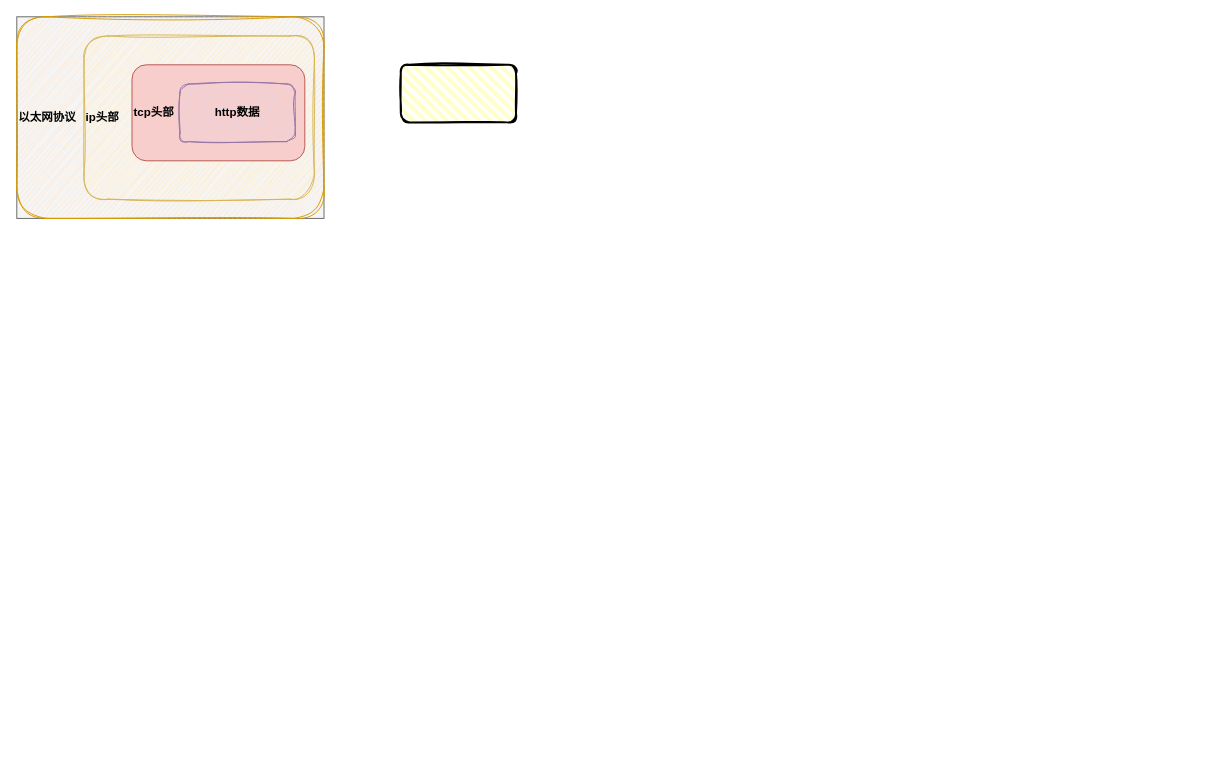
Above: img/network.drawio in deamonHub/drawio (draw.io), before the change. Source tidied: cells renumbered, new cells numbered last; positions are measured from the earlier drawing's top-left corner, leaving out a move shared by most shapes. Both pictures are drawn from the tidied source at 96%, with x=0, y=0 at pixel (16, 16).
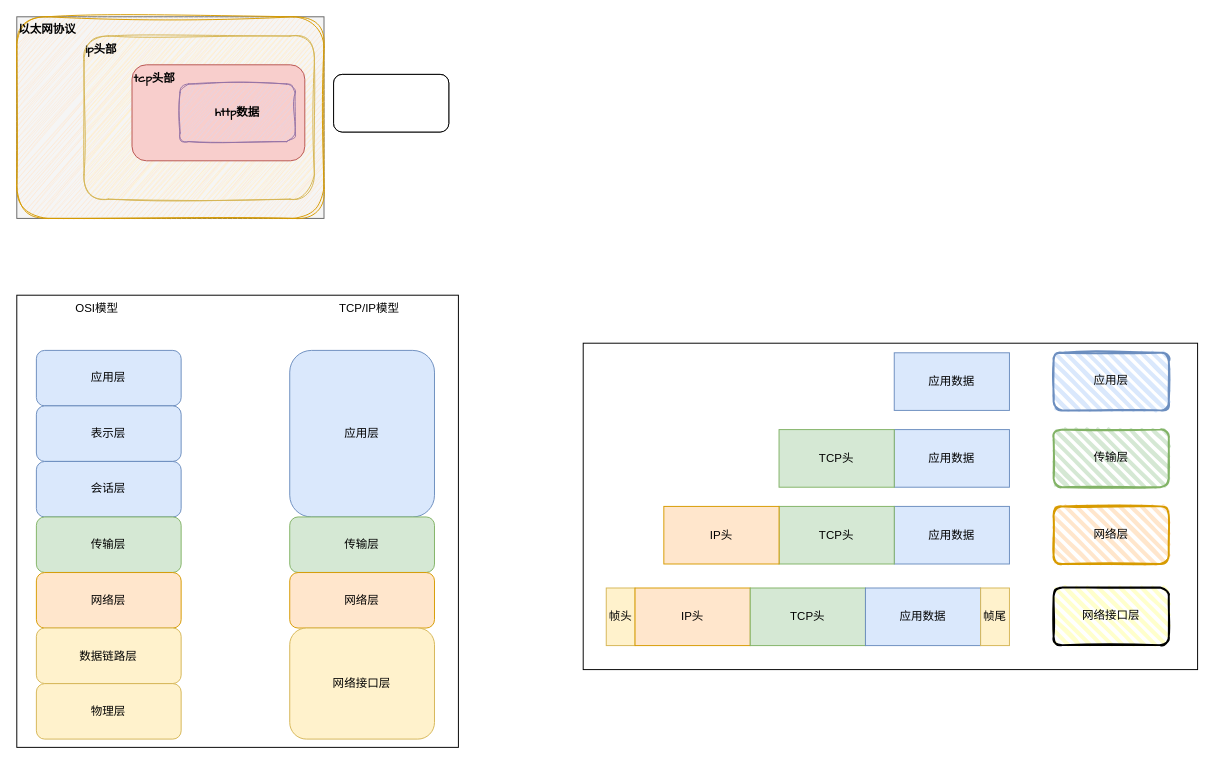
After the change.

The change refers to these unchanged cells:
```xml
<mxCell id="3" style="group;fontStyle=1;fillColor=#f5f5f5;fontColor=#333333;strokeColor=#666666;" parent="1" vertex="1">
  <mxGeometry width="320" height="210" as="geometry" />
</mxCell>
```

What changed in the source:
```diff
@@
-    <mxCell id="2" style="rounded=1;whiteSpace=wrap;html=1;strokeWidth=2;fillWeight=4;hachureGap=8;hachureAngle=45;fillColor=#FFFFCC;sketch=1;gradientColor=none;glass=0;" parent="1" vertex="1">
-      <mxGeometry x="400" y="50" width="120" height="60" as="geometry" />
-    </mxCell>
@@
-    <mxCell id="4" value="以太网协议" style="rounded=1;whiteSpace=wrap;html=1;align=left;fontStyle=1;fillColor=#ffe6cc;strokeColor=#d79b00;gradientColor=none;glass=0;shadow=0;sketch=1;curveFitting=1;jiggle=2;" parent="3" vertex="1">
+    <mxCell id="4" value="&lt;font style=&quot;&quot;&gt;以太网协议&lt;/font&gt;" style="rounded=1;whiteSpace=wrap;html=1;align=left;fontStyle=1;fillColor=#ffe6cc;strokeColor=#d79b00;gradientColor=none;glass=0;shadow=0;sketch=1;curveFitting=1;jiggle=2;fontFamily=Comic Sans MS;verticalAlign=top;" parent="3" vertex="1">
       <mxGeometry width="320" height="210" as="geometry" />
     </mxCell>
-    <mxCell id="5" value="ip头部" style="rounded=1;whiteSpace=wrap;html=1;align=left;fontStyle=1;fillColor=#fff2cc;strokeColor=#d6b656;sketch=1;curveFitting=1;jiggle=2;" parent="3" vertex="1">
+    <mxCell id="5" value="&lt;font face=&quot;Comic Sans MS&quot;&gt;ip头部&lt;/font&gt;" style="rounded=1;whiteSpace=wrap;html=1;align=left;fontStyle=1;fillColor=#fff2cc;strokeColor=#d6b656;sketch=1;curveFitting=1;jiggle=2;verticalAlign=top;" parent="3" vertex="1">
       <mxGeometry x="70" y="20" width="240" height="170" as="geometry" />
     </mxCell>
-    <mxCell id="6" value="tcp头部" style="rounded=1;whiteSpace=wrap;html=1;align=left;fontStyle=1;fillColor=#f8cecc;strokeColor=#b85450;" parent="3" vertex="1">
+    <mxCell id="6" value="&lt;font face=&quot;Comic Sans MS&quot;&gt;tcp头部&lt;/font&gt;" style="rounded=1;whiteSpace=wrap;html=1;align=left;fontStyle=1;fillColor=#f8cecc;strokeColor=#b85450;verticalAlign=top;" parent="3" vertex="1">
       <mxGeometry x="120" y="50" width="180" height="100" as="geometry" />
     </mxCell>
-    <mxCell id="7" value="http数据" style="rounded=1;whiteSpace=wrap;html=1;fontStyle=1;fillColor=#e1d5e7;strokeColor=#9673a6;sketch=1;curveFitting=1;jiggle=2;" parent="3" vertex="1">
+    <mxCell id="7" value="&lt;font face=&quot;Comic Sans MS&quot;&gt;http数据&lt;/font&gt;" style="rounded=1;whiteSpace=wrap;html=1;fontStyle=1;fillColor=#e1d5e7;strokeColor=#9673a6;sketch=1;curveFitting=1;jiggle=2;" parent="3" vertex="1">
       <mxGeometry x="170" y="70" width="120" height="60" as="geometry" />
     </mxCell>
+    <mxCell id="8" style="group;" parent="1" vertex="1">
+      <mxGeometry x="590" y="340" width="640" height="340" as="geometry" />
+    </mxCell>
+    <mxCell id="9" style="rounded=0;whiteSpace=wrap;html=1;fontFamily=Comic Sans MS;fontStyle=1;" parent="8" vertex="1">
+      <mxGeometry width="640" height="340" as="geometry" />
+    </mxCell>
+    <mxCell id="10" value="帧头" style="rounded=0;whiteSpace=wrap;html=1;fillColor=#fff2cc;strokeColor=#d6b656;" parent="9" vertex="1">
+      <mxGeometry x="24" y="255" width="30" height="60" as="geometry" />
+    </mxCell>
+    <mxCell id="11" value="IP头" style="rounded=0;whiteSpace=wrap;html=1;fillColor=#ffe6cc;strokeColor=#d79b00;" parent="9" vertex="1">
+      <mxGeometry x="54" y="255" width="120" height="60" as="geometry" />
+    </mxCell>
+    <mxCell id="12" value="TCP头" style="rounded=0;whiteSpace=wrap;html=1;fillColor=#d5e8d4;strokeColor=#82b366;" parent="9" vertex="1">
+      <mxGeometry x="174" y="255" width="120" height="60" as="geometry" />
+    </mxCell>
+    <mxCell id="13" value="应用数据" style="rounded=0;whiteSpace=wrap;html=1;fillColor=#dae8fc;strokeColor=#6c8ebf;" parent="9" vertex="1">
+      <mxGeometry x="294" y="255" width="120" height="60" as="geometry" />
+    </mxCell>
+    <mxCell id="14" value="帧尾" style="rounded=0;whiteSpace=wrap;html=1;fillColor=#fff2cc;strokeColor=#d6b656;" parent="9" vertex="1">
+      <mxGeometry x="414" y="255" width="30" height="60" as="geometry" />
+    </mxCell>
+    <mxCell id="2" value="应用层" style="rounded=1;whiteSpace=wrap;html=1;strokeWidth=2;fillWeight=4;hachureGap=8;hachureAngle=45;fillColor=#dae8fc;sketch=1;glass=0;fontFamily=Comic Sans MS;strokeColor=#6c8ebf;" parent="8" vertex="1">
+      <mxGeometry x="490" y="10" width="120" height="60" as="geometry" />
+    </mxCell>
+    <mxCell id="15" value="网络层" style="rounded=1;whiteSpace=wrap;html=1;strokeWidth=2;fillWeight=4;hachureGap=8;hachureAngle=45;fillColor=#ffe6cc;sketch=1;glass=0;fontFamily=Comic Sans MS;strokeColor=#d79b00;" parent="8" vertex="1">
+      <mxGeometry x="490" y="170" width="120" height="60" as="geometry" />
+    </mxCell>
+    <mxCell id="16" value="传输层" style="rounded=1;whiteSpace=wrap;html=1;strokeWidth=2;fillWeight=4;hachureGap=8;hachureAngle=45;fillColor=#d5e8d4;sketch=1;glass=0;fontFamily=Comic Sans MS;strokeColor=#82b366;" parent="8" vertex="1">
+      <mxGeometry x="490" y="90" width="120" height="60" as="geometry" />
+    </mxCell>
+    <mxCell id="17" value="网络接口层" style="rounded=1;whiteSpace=wrap;html=1;strokeWidth=2;fillWeight=4;hachureGap=8;hachureAngle=45;fillColor=#FFFFCC;sketch=1;gradientColor=none;glass=0;fontFamily=Comic Sans MS;" parent="8" vertex="1">
+      <mxGeometry x="490" y="254.5" width="120" height="60" as="geometry" />
+    </mxCell>
+    <mxCell id="18" value="应用数据" style="rounded=0;whiteSpace=wrap;html=1;fillColor=#dae8fc;strokeColor=#6c8ebf;" parent="8" vertex="1">
+      <mxGeometry x="324" y="10" width="120" height="60" as="geometry" />
+    </mxCell>
+    <mxCell id="19" value="应用数据" style="rounded=0;whiteSpace=wrap;html=1;fillColor=#dae8fc;strokeColor=#6c8ebf;" parent="8" vertex="1">
+      <mxGeometry x="324" y="90" width="120" height="60" as="geometry" />
+    </mxCell>
+    <mxCell id="20" value="应用数据" style="rounded=0;whiteSpace=wrap;html=1;fillColor=#dae8fc;strokeColor=#6c8ebf;" parent="8" vertex="1">
+      <mxGeometry x="324" y="170" width="120" height="60" as="geometry" />
+    </mxCell>
+    <mxCell id="21" value="TCP头" style="rounded=0;whiteSpace=wrap;html=1;fillColor=#d5e8d4;strokeColor=#82b366;" parent="8" vertex="1">
+      <mxGeometry x="204" y="90" width="120" height="60" as="geometry" />
+    </mxCell>
+    <mxCell id="22" value="TCP头" style="rounded=0;whiteSpace=wrap;html=1;fillColor=#d5e8d4;strokeColor=#82b366;" parent="8" vertex="1">
+      <mxGeometry x="204" y="170" width="120" height="60" as="geometry" />
+    </mxCell>
+    <mxCell id="23" value="IP头" style="rounded=0;whiteSpace=wrap;html=1;fillColor=#ffe6cc;strokeColor=#d79b00;" parent="8" vertex="1">
+      <mxGeometry x="84" y="170" width="120" height="60" as="geometry" />
+    </mxCell>
+    <mxCell id="24" style="rounded=1;whiteSpace=wrap;html=1;" parent="1" vertex="1">
+      <mxGeometry x="330" y="60" width="120" height="60" as="geometry" />
+    </mxCell>
+    <mxCell id="25" style="rounded=1;whiteSpace=wrap;html=1;" parent="1" vertex="1">
+      <mxGeometry x="330" y="60" width="120" height="60" as="geometry" />
+    </mxCell>
+    <mxCell id="26" style="group;" parent="1" vertex="1">
+      <mxGeometry y="290" width="460" height="471" as="geometry" />
+    </mxCell>
+    <mxCell id="27" value="OSI模型&amp;nbsp; &amp;nbsp; &amp;nbsp; &amp;nbsp; &amp;nbsp; &amp;nbsp; &amp;nbsp; &amp;nbsp; &amp;nbsp; &amp;nbsp; &amp;nbsp; &amp;nbsp; &amp;nbsp; &amp;nbsp; &amp;nbsp; &amp;nbsp; &amp;nbsp; &amp;nbsp; &amp;nbsp; &amp;nbsp; &amp;nbsp; &amp;nbsp; &amp;nbsp; &amp;nbsp; &amp;nbsp; &amp;nbsp; &amp;nbsp; &amp;nbsp; &amp;nbsp; &amp;nbsp; &amp;nbsp; &amp;nbsp; &amp;nbsp; &amp;nbsp; &amp;nbsp;TCP/IP模型" style="rounded=0;whiteSpace=wrap;html=1;verticalAlign=top;" parent="26" vertex="1">
+      <mxGeometry width="460" height="471" as="geometry" />
+    </mxCell>
+    <mxCell id="28" value="应用层" style="rounded=1;whiteSpace=wrap;html=1;fillColor=#dae8fc;strokeColor=#6c8ebf;" parent="26" vertex="1">
+      <mxGeometry x="20.4" y="57.5" width="150.8" height="57.8" as="geometry" />
+    </mxCell>
+    <mxCell id="29" value="表示层" style="rounded=1;whiteSpace=wrap;html=1;fillColor=#dae8fc;strokeColor=#6c8ebf;" parent="26" vertex="1">
+      <mxGeometry x="20.4" y="115.3" width="150.8" height="57.8" as="geometry" />
+    </mxCell>
+    <mxCell id="30" value="会话层" style="rounded=1;whiteSpace=wrap;html=1;fillColor=#dae8fc;strokeColor=#6c8ebf;" parent="26" vertex="1">
+      <mxGeometry x="20.4" y="173.2" width="150.8" height="57.8" as="geometry" />
+    </mxCell>
+    <mxCell id="31" value="传输层" style="rounded=1;whiteSpace=wrap;html=1;fillColor=#d5e8d4;strokeColor=#82b366;" parent="26" vertex="1">
+      <mxGeometry x="20.4" y="231" width="150.8" height="57.8" as="geometry" />
+    </mxCell>
+    <mxCell id="32" value="网络层" style="rounded=1;whiteSpace=wrap;html=1;fillColor=#ffe6cc;strokeColor=#d79b00;" parent="26" vertex="1">
+      <mxGeometry x="20.4" y="288.9" width="150.8" height="57.8" as="geometry" />
+    </mxCell>
+    <mxCell id="33" value="数据链路层" style="rounded=1;whiteSpace=wrap;html=1;fillColor=#fff2cc;strokeColor=#d6b656;" parent="26" vertex="1">
+      <mxGeometry x="20.4" y="346.7" width="150.8" height="57.8" as="geometry" />
+    </mxCell>
+    <mxCell id="34" value="物理层" style="rounded=1;whiteSpace=wrap;html=1;fillColor=#fff2cc;strokeColor=#d6b656;" parent="26" vertex="1">
+      <mxGeometry x="20.4" y="404.6" width="150.8" height="57.8" as="geometry" />
+    </mxCell>
+    <mxCell id="35" value="应用层" style="rounded=1;whiteSpace=wrap;html=1;fillColor=#dae8fc;strokeColor=#6c8ebf;" parent="26" vertex="1">
+      <mxGeometry x="284.3" y="57.5" width="150.8" height="173.5" as="geometry" />
+    </mxCell>
+    <mxCell id="36" value="传输层" style="rounded=1;whiteSpace=wrap;html=1;fillColor=#d5e8d4;strokeColor=#82b366;" parent="26" vertex="1">
+      <mxGeometry x="284.3" y="231" width="150.8" height="57.8" as="geometry" />
+    </mxCell>
+    <mxCell id="37" value="网络层" style="rounded=1;whiteSpace=wrap;html=1;fillColor=#ffe6cc;strokeColor=#d79b00;" parent="26" vertex="1">
+      <mxGeometry x="284.3" y="288.9" width="150.8" height="57.8" as="geometry" />
+    </mxCell>
+    <mxCell id="38" value="网络接口层" style="rounded=1;whiteSpace=wrap;html=1;fillColor=#fff2cc;strokeColor=#d6b656;" parent="26" vertex="1">
+      <mxGeometry x="284.3" y="346.7" width="150.8" height="115.7" as="geometry" />
+    </mxCell>
```
